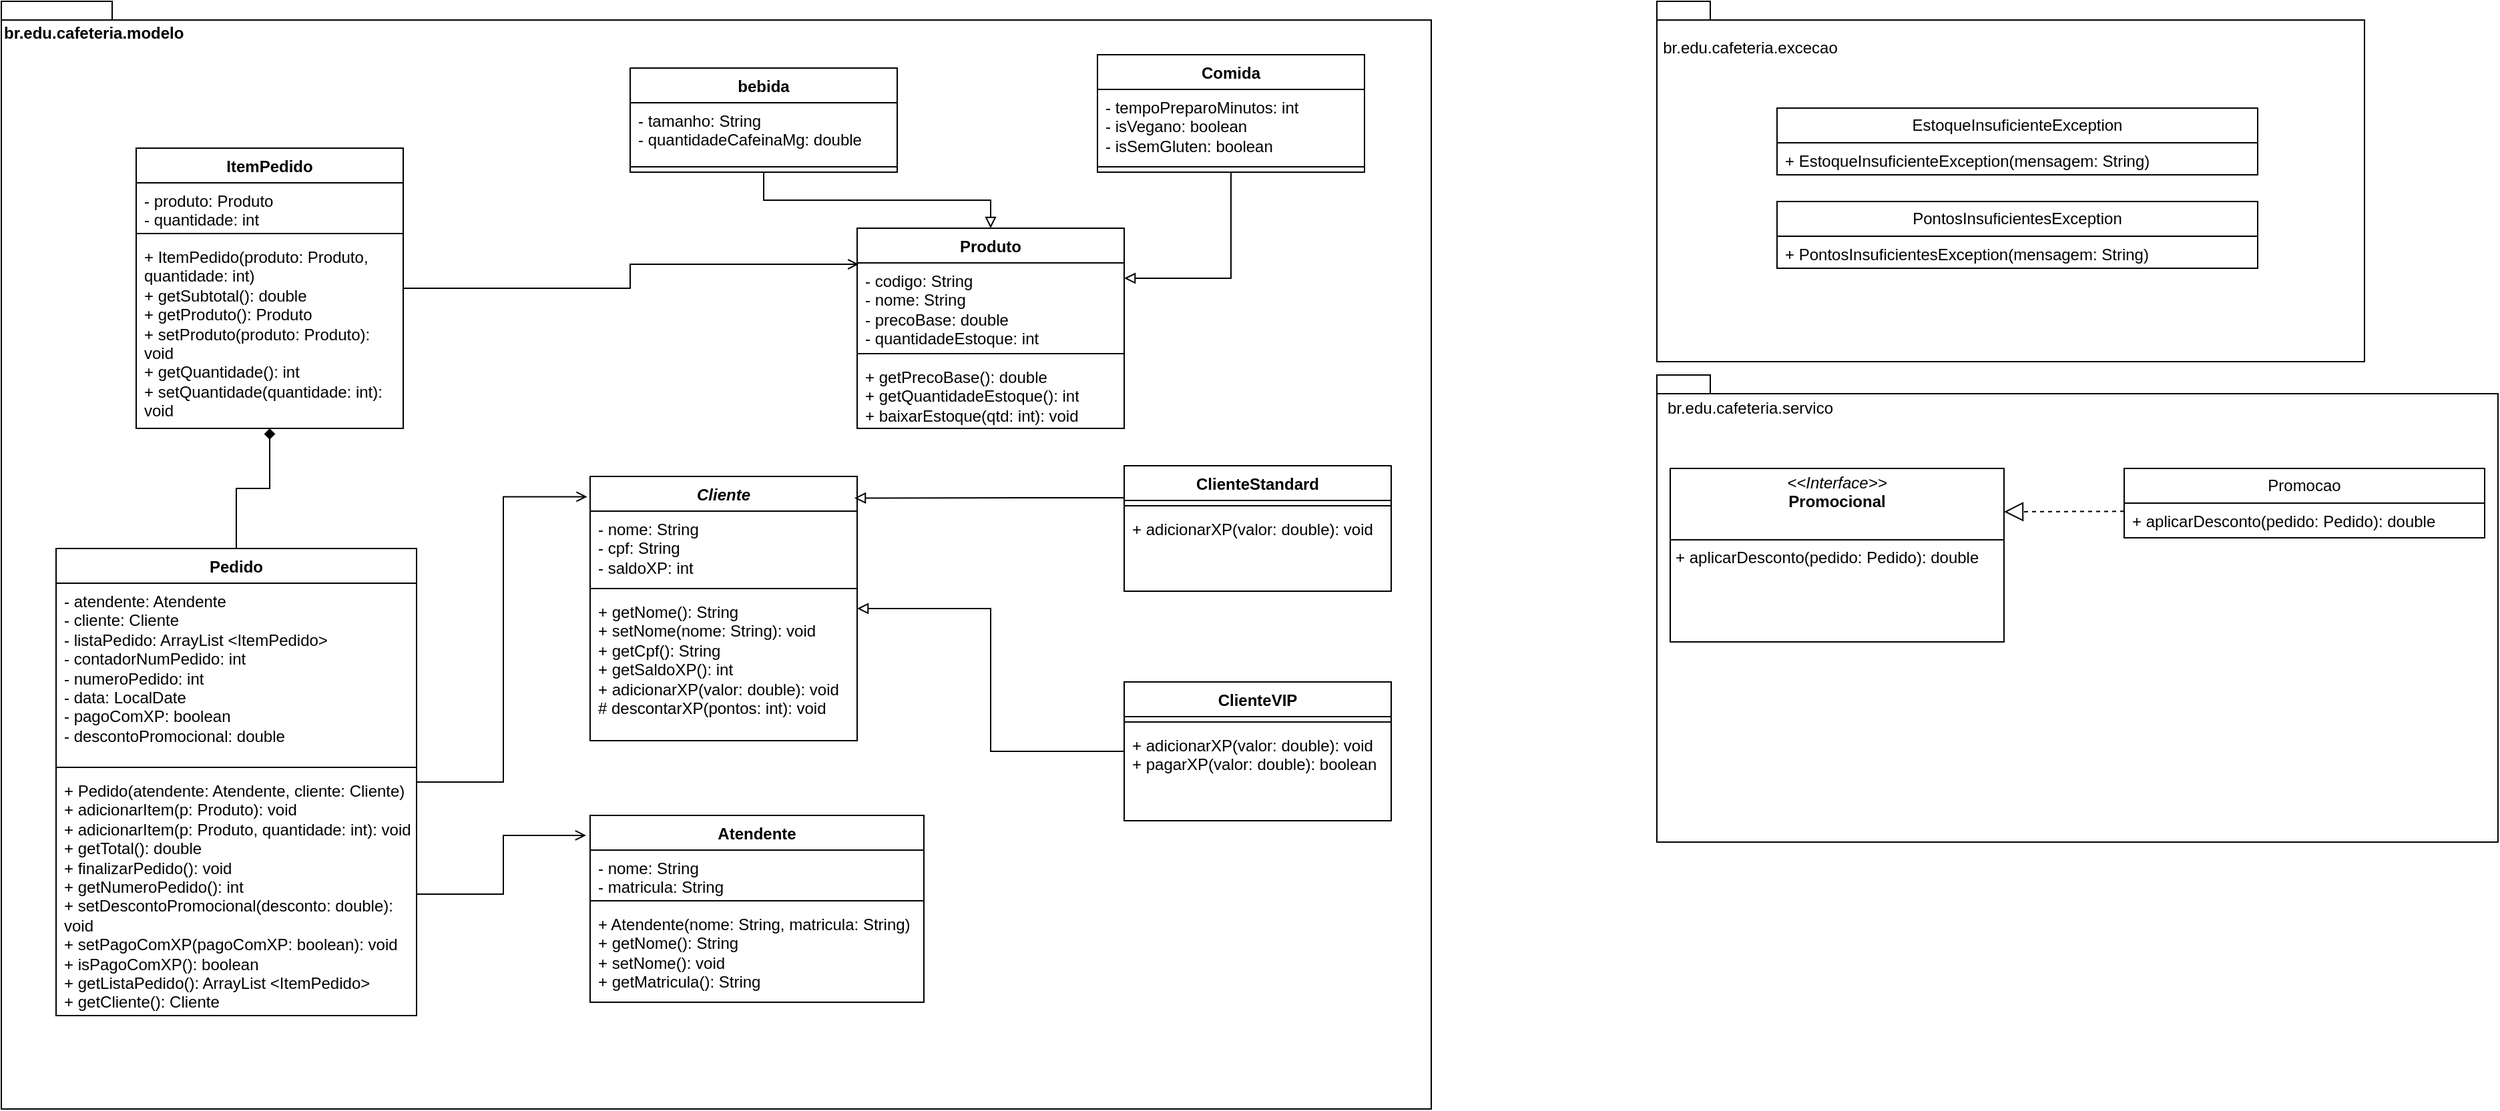
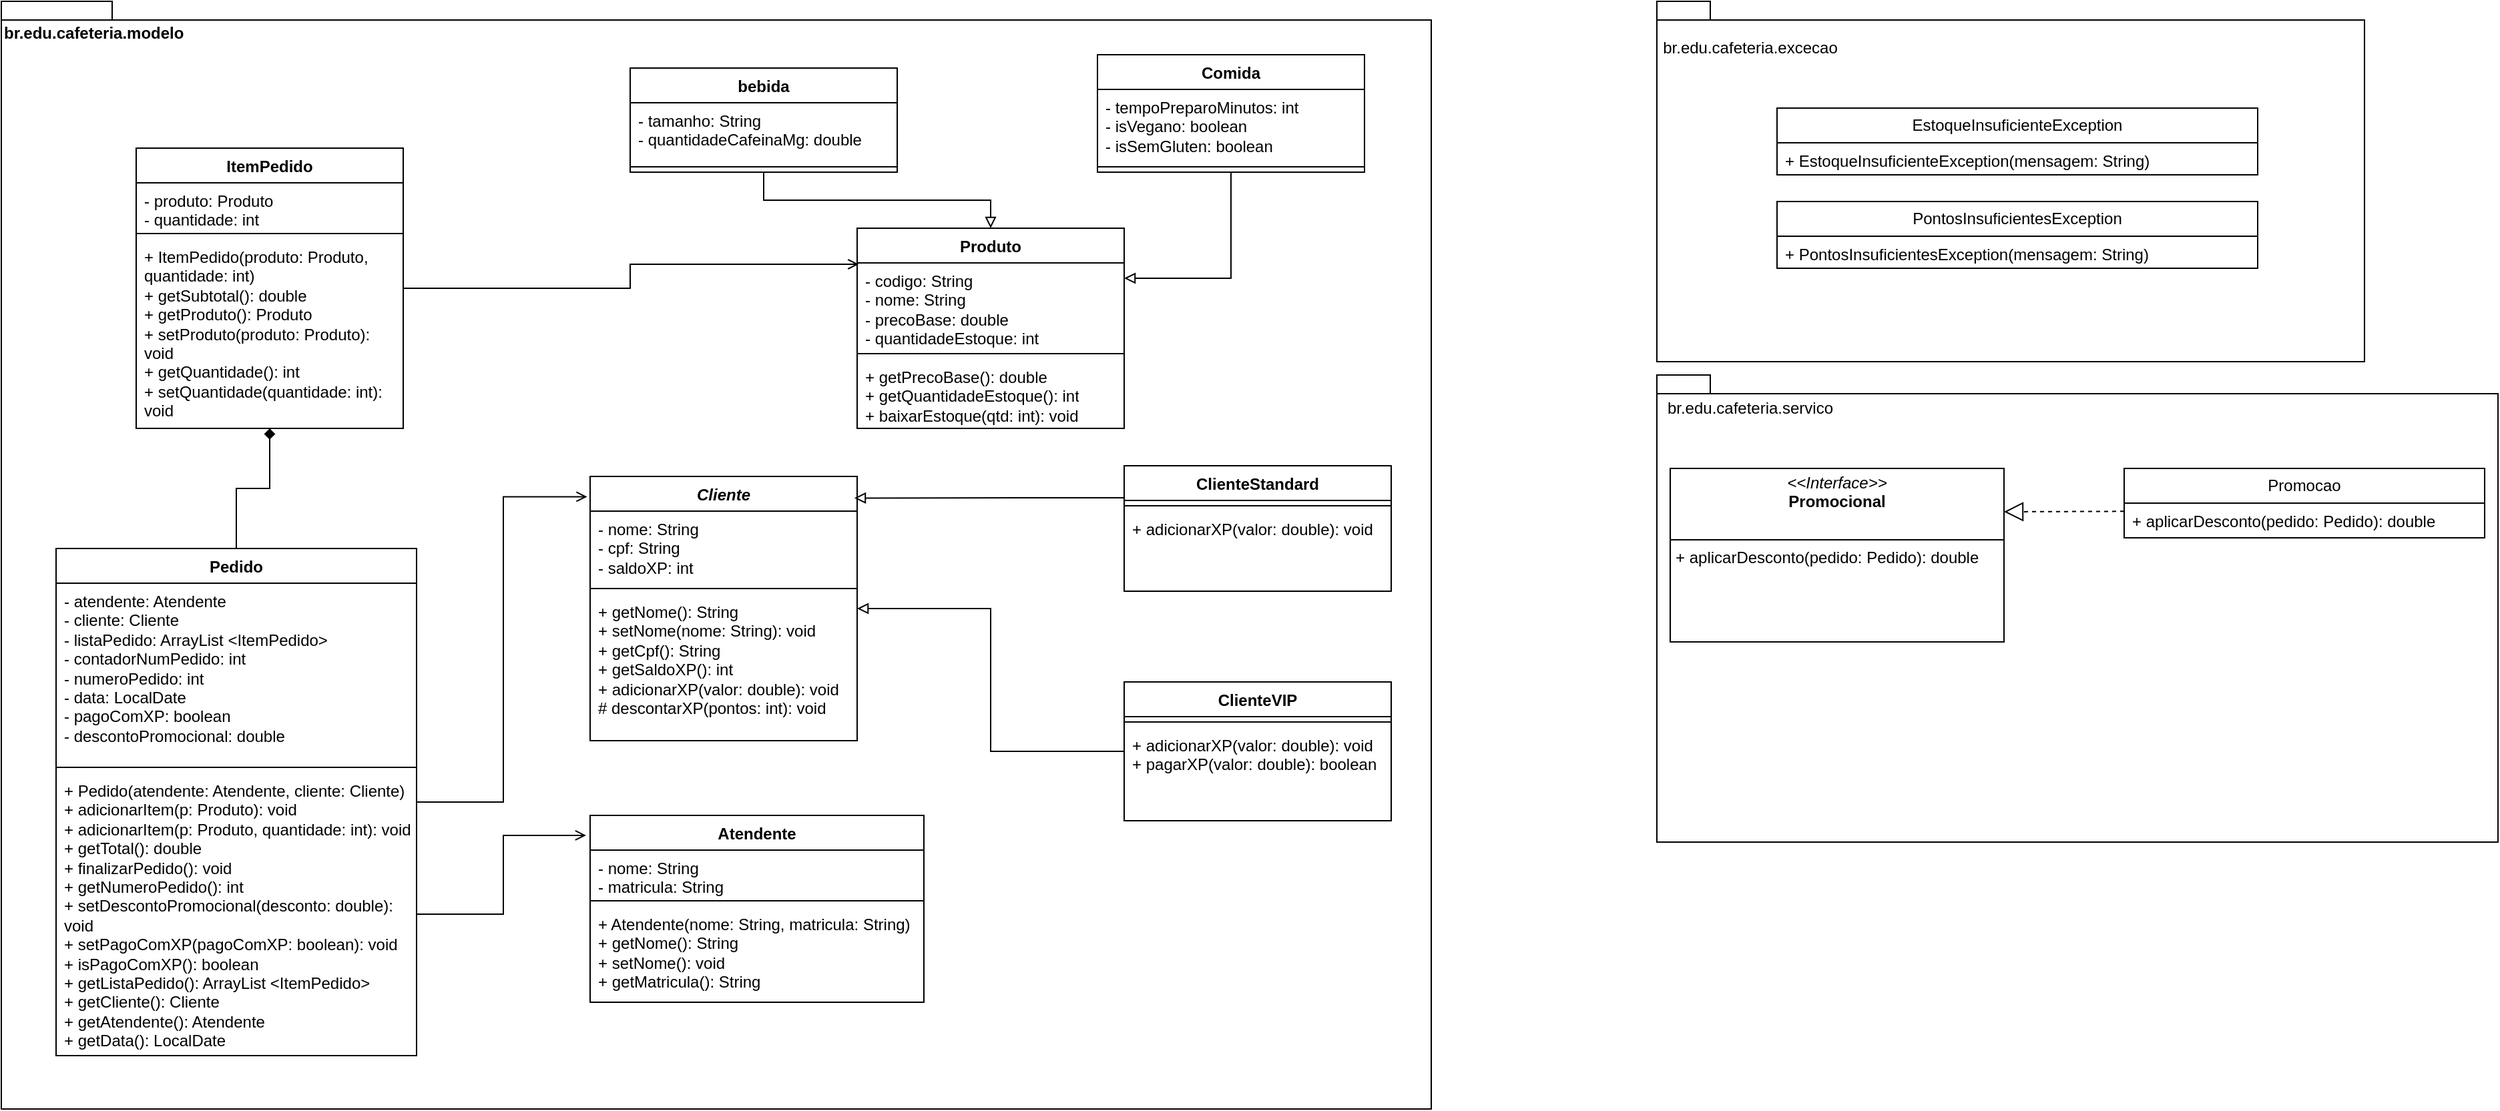
- <mxfile host="Electron">
+ <mxfile host="app.diagrams.net">
  <diagram name="Página-1" id="BHc6vVLz4dLHI-nkUbal">
-     <mxGraphModel dx="1717" dy="1043" grid="1" gridSize="10" guides="1" tooltips="1" connect="1" arrows="1" fold="1" page="1" pageScale="1" pageWidth="1169" pageHeight="827" math="0" shadow="0">
+     <mxGraphModel dx="748" dy="415" grid="1" gridSize="10" guides="1" tooltips="1" connect="1" arrows="1" fold="1" page="1" pageScale="1" pageWidth="1169" pageHeight="827" math="0" shadow="0">
      <root>
        <mxCell id="0" />
        <mxCell id="1" parent="0" />
        <mxCell id="lq2pnIobWHkgrGXndAng-22" parent="1" style="shape=folder;fontStyle=1;spacingTop=10;tabWidth=40;tabHeight=14;tabPosition=left;html=1;whiteSpace=wrap;" value="" vertex="1">
          <mxGeometry height="350" width="630" x="1280" y="310" as="geometry" />
        </mxCell>
        <mxCell id="lq2pnIobWHkgrGXndAng-11" parent="1" style="shape=folder;fontStyle=1;spacingTop=10;tabWidth=40;tabHeight=14;tabPosition=left;html=1;whiteSpace=wrap;" value="" vertex="1">
          <mxGeometry height="270" width="530" x="1280" y="30" as="geometry" />
        </mxCell>
        <mxCell id="-6p6wwXK9CyTQML4sC4Y-2" parent="1" style="shape=folder;fontStyle=1;spacingTop=10;tabWidth=40;tabHeight=14;tabPosition=left;html=1;whiteSpace=wrap;labelBackgroundColor=none;verticalAlign=top;align=left;" value="br.edu.cafeteria.modelo" vertex="1">
          <mxGeometry height="830" width="1071" x="40" y="30" as="geometry" />
        </mxCell>
        <mxCell id="-N7grIjUEaKasRwS3V5W-112" parent="1" style="swimlane;fontStyle=1;align=center;verticalAlign=top;childLayout=stackLayout;horizontal=1;startSize=26;horizontalStack=0;resizeParent=1;resizeParentMax=0;resizeLast=0;collapsible=1;marginBottom=0;whiteSpace=wrap;html=1;labelBackgroundColor=none;" value="&lt;i&gt;Cliente&lt;/i&gt;" vertex="1">
          <mxGeometry height="198" width="200" x="481" y="386" as="geometry" />
        </mxCell>
        <mxCell id="-N7grIjUEaKasRwS3V5W-113" parent="-N7grIjUEaKasRwS3V5W-112" style="text;strokeColor=none;fillColor=none;align=left;verticalAlign=top;spacingLeft=4;spacingRight=4;overflow=hidden;rotatable=0;points=[[0,0.5],[1,0.5]];portConstraint=eastwest;whiteSpace=wrap;html=1;labelBackgroundColor=none;" value="&lt;div&gt;- nome: String&lt;/div&gt;&lt;div&gt;- cpf: String&lt;/div&gt;&lt;div&gt;- saldoXP: int&lt;/div&gt;" vertex="1">
          <mxGeometry height="54" width="200" y="26" as="geometry" />
        </mxCell>
        <mxCell id="-N7grIjUEaKasRwS3V5W-114" parent="-N7grIjUEaKasRwS3V5W-112" style="line;strokeWidth=1;fillColor=none;align=left;verticalAlign=middle;spacingTop=-1;spacingLeft=3;spacingRight=3;rotatable=0;labelPosition=right;points=[];portConstraint=eastwest;labelBackgroundColor=none;" value="" vertex="1">
          <mxGeometry height="8" width="200" y="80" as="geometry" />
        </mxCell>
        <mxCell id="-N7grIjUEaKasRwS3V5W-115" parent="-N7grIjUEaKasRwS3V5W-112" style="text;strokeColor=none;fillColor=none;align=left;verticalAlign=top;spacingLeft=4;spacingRight=4;overflow=hidden;rotatable=0;points=[[0,0.5],[1,0.5]];portConstraint=eastwest;whiteSpace=wrap;html=1;labelBackgroundColor=none;" value="&lt;div&gt;+ getNome(): String&lt;/div&gt;&lt;div&gt;+ setNome(nome: String): void&lt;/div&gt;&lt;div&gt;+ getCpf(): String&lt;/div&gt;&lt;div&gt;+ getSaldoXP(): int&lt;/div&gt;&lt;div&gt;+ adicionarXP(valor: double): void&lt;/div&gt;&lt;div&gt;# descontarXP(pontos: int): void&lt;/div&gt;" vertex="1">
          <mxGeometry height="110" width="200" y="88" as="geometry" />
        </mxCell>
        <mxCell id="-N7grIjUEaKasRwS3V5W-117" parent="1" style="swimlane;fontStyle=1;align=center;verticalAlign=top;childLayout=stackLayout;horizontal=1;startSize=26;horizontalStack=0;resizeParent=1;resizeParentMax=0;resizeLast=0;collapsible=1;marginBottom=0;whiteSpace=wrap;html=1;labelBackgroundColor=none;" value="ClienteStandard" vertex="1">
          <mxGeometry height="94" width="200" x="881" y="378" as="geometry" />
        </mxCell>
        <mxCell id="-N7grIjUEaKasRwS3V5W-119" parent="-N7grIjUEaKasRwS3V5W-117" style="line;strokeWidth=1;fillColor=none;align=left;verticalAlign=middle;spacingTop=-1;spacingLeft=3;spacingRight=3;rotatable=0;labelPosition=right;points=[];portConstraint=eastwest;labelBackgroundColor=none;" value="" vertex="1">
          <mxGeometry height="8" width="200" y="26" as="geometry" />
        </mxCell>
        <mxCell id="-N7grIjUEaKasRwS3V5W-120" parent="-N7grIjUEaKasRwS3V5W-117" style="text;strokeColor=none;fillColor=none;align=left;verticalAlign=top;spacingLeft=4;spacingRight=4;overflow=hidden;rotatable=0;points=[[0,0.5],[1,0.5]];portConstraint=eastwest;whiteSpace=wrap;html=1;labelBackgroundColor=none;" value="+ adicionarXP(valor: double): void" vertex="1">
          <mxGeometry height="60" width="200" y="34" as="geometry" />
        </mxCell>
        <mxCell id="-N7grIjUEaKasRwS3V5W-121" parent="1" style="swimlane;fontStyle=1;align=center;verticalAlign=top;childLayout=stackLayout;horizontal=1;startSize=26;horizontalStack=0;resizeParent=1;resizeParentMax=0;resizeLast=0;collapsible=1;marginBottom=0;whiteSpace=wrap;html=1;labelBackgroundColor=none;" value="ItemPedido" vertex="1">
          <mxGeometry height="210" width="200" x="141" y="140" as="geometry" />
        </mxCell>
        <mxCell id="-N7grIjUEaKasRwS3V5W-122" parent="-N7grIjUEaKasRwS3V5W-121" style="text;strokeColor=none;fillColor=none;align=left;verticalAlign=top;spacingLeft=4;spacingRight=4;overflow=hidden;rotatable=0;points=[[0,0.5],[1,0.5]];portConstraint=eastwest;whiteSpace=wrap;html=1;labelBackgroundColor=none;" value="&lt;div&gt;- produto: Produto&lt;/div&gt;&lt;div&gt;- quantidade: int&lt;/div&gt;" vertex="1">
          <mxGeometry height="34" width="200" y="26" as="geometry" />
        </mxCell>
        <mxCell id="-N7grIjUEaKasRwS3V5W-123" parent="-N7grIjUEaKasRwS3V5W-121" style="line;strokeWidth=1;fillColor=none;align=left;verticalAlign=middle;spacingTop=-1;spacingLeft=3;spacingRight=3;rotatable=0;labelPosition=right;points=[];portConstraint=eastwest;labelBackgroundColor=none;" value="" vertex="1">
          <mxGeometry height="8" width="200" y="60" as="geometry" />
        </mxCell>
        <mxCell id="-N7grIjUEaKasRwS3V5W-124" parent="-N7grIjUEaKasRwS3V5W-121" style="text;strokeColor=none;fillColor=none;align=left;verticalAlign=top;spacingLeft=4;spacingRight=4;overflow=hidden;rotatable=0;points=[[0,0.5],[1,0.5]];portConstraint=eastwest;whiteSpace=wrap;html=1;labelBackgroundColor=none;" value="&lt;div&gt;+ ItemPedido(produto: Produto, quantidade: int)&lt;/div&gt;&lt;div&gt;+ getSubtotal(): double&lt;/div&gt;&lt;div&gt;+ getProduto(): Produto&lt;/div&gt;&lt;div&gt;+ setProduto(produto: Produto): void&lt;/div&gt;&lt;div&gt;+ getQuantidade(): int&lt;/div&gt;&lt;div&gt;+ setQuantidade(quantidade: int): void&lt;/div&gt;" vertex="1">
          <mxGeometry height="142" width="200" y="68" as="geometry" />
        </mxCell>
        <mxCell id="_GvanaEbI6E6WvVkPF4k-8" edge="1" parent="1" source="-N7grIjUEaKasRwS3V5W-125" style="edgeStyle=orthogonalEdgeStyle;rounded=0;orthogonalLoop=1;jettySize=auto;html=1;endArrow=diamond;endFill=1;" target="-N7grIjUEaKasRwS3V5W-121">
          <mxGeometry relative="1" as="geometry" />
        </mxCell>
        <mxCell id="-N7grIjUEaKasRwS3V5W-125" parent="1" style="swimlane;fontStyle=1;align=center;verticalAlign=top;childLayout=stackLayout;horizontal=1;startSize=26;horizontalStack=0;resizeParent=1;resizeParentMax=0;resizeLast=0;collapsible=1;marginBottom=0;whiteSpace=wrap;html=1;labelBackgroundColor=none;" value="Pedido" vertex="1">
-           <mxGeometry height="350" width="270" x="81" y="440" as="geometry" />
+           <mxGeometry height="380" width="270" x="81" y="440" as="geometry" />
        </mxCell>
        <mxCell id="-N7grIjUEaKasRwS3V5W-126" parent="-N7grIjUEaKasRwS3V5W-125" style="text;strokeColor=none;fillColor=none;align=left;verticalAlign=top;spacingLeft=4;spacingRight=4;overflow=hidden;rotatable=0;points=[[0,0.5],[1,0.5]];portConstraint=eastwest;whiteSpace=wrap;html=1;labelBackgroundColor=none;" value="&lt;div&gt;&lt;div&gt;- atendente: Atendente&lt;/div&gt;&lt;div&gt;- cliente: Cliente&lt;/div&gt;&lt;div&gt;- listaPedido: ArrayList &amp;lt;ItemPedido&amp;gt;&lt;/div&gt;&lt;div&gt;- contadorNumPedido: int&lt;/div&gt;&lt;div&gt;- numeroPedido: int&lt;/div&gt;&lt;div&gt;- data: LocalDate&lt;/div&gt;&lt;div&gt;- pagoComXP: boolean&lt;/div&gt;&lt;div&gt;- descontoPromocional: double&lt;/div&gt;&lt;/div&gt;" vertex="1">
          <mxGeometry height="134" width="270" y="26" as="geometry" />
        </mxCell>
        <mxCell id="-N7grIjUEaKasRwS3V5W-127" parent="-N7grIjUEaKasRwS3V5W-125" style="line;strokeWidth=1;fillColor=none;align=left;verticalAlign=middle;spacingTop=-1;spacingLeft=3;spacingRight=3;rotatable=0;labelPosition=right;points=[];portConstraint=eastwest;labelBackgroundColor=none;" value="" vertex="1">
          <mxGeometry height="8" width="270" y="160" as="geometry" />
        </mxCell>
-         <mxCell id="-N7grIjUEaKasRwS3V5W-128" parent="-N7grIjUEaKasRwS3V5W-125" style="text;strokeColor=none;fillColor=none;align=left;verticalAlign=top;spacingLeft=4;spacingRight=4;overflow=hidden;rotatable=0;points=[[0,0.5],[1,0.5]];portConstraint=eastwest;whiteSpace=wrap;html=1;labelBackgroundColor=none;" value="&lt;div&gt;+ Pedido(atendente: Atendente, cliente: Cliente)&lt;/div&gt;&lt;div&gt;+ adicionarItem(p: Produto): void&lt;/div&gt;&lt;div&gt;+ adicionarItem(p: Produto, quantidade: int): void&lt;/div&gt;&lt;div&gt;+ getTotal(): double&lt;/div&gt;&lt;div&gt;+ finalizarPedido(): void&lt;/div&gt;&lt;div&gt;+ getNumeroPedido(): int&lt;/div&gt;&lt;div&gt;+ setDescontoPromocional(desconto: double): void&lt;/div&gt;&lt;div&gt;+ setPagoComXP(pagoComXP: boolean): void&lt;/div&gt;&lt;div&gt;+ isPagoComXP(): boolean&lt;/div&gt;&lt;div&gt;+ getListaPedido(): ArrayList &amp;lt;ItemPedido&amp;gt;&lt;/div&gt;&lt;div&gt;+ getCliente(): Cliente&lt;/div&gt;" vertex="1">
-           <mxGeometry height="182" width="270" y="168" as="geometry" />
+         <mxCell id="-N7grIjUEaKasRwS3V5W-128" parent="-N7grIjUEaKasRwS3V5W-125" style="text;strokeColor=none;fillColor=none;align=left;verticalAlign=top;spacingLeft=4;spacingRight=4;overflow=hidden;rotatable=0;points=[[0,0.5],[1,0.5]];portConstraint=eastwest;whiteSpace=wrap;html=1;labelBackgroundColor=none;" value="&lt;div&gt;+ Pedido(atendente: Atendente, cliente: Cliente)&lt;/div&gt;&lt;div&gt;+ adicionarItem(p: Produto): void&lt;/div&gt;&lt;div&gt;+ adicionarItem(p: Produto, quantidade: int): void&lt;/div&gt;&lt;div&gt;+ getTotal(): double&lt;/div&gt;&lt;div&gt;+ finalizarPedido(): void&lt;/div&gt;&lt;div&gt;+ getNumeroPedido(): int&lt;/div&gt;&lt;div&gt;+ setDescontoPromocional(desconto: double): void&lt;/div&gt;&lt;div&gt;+ setPagoComXP(pagoComXP: boolean): void&lt;/div&gt;&lt;div&gt;+ isPagoComXP(): boolean&lt;/div&gt;&lt;div&gt;+ getListaPedido(): ArrayList &amp;lt;ItemPedido&amp;gt;&lt;/div&gt;&lt;div&gt;+ getCliente(): Cliente&lt;br&gt;+ getAtendente(): Atendente&lt;/div&gt;&lt;div&gt;+ getData(): LocalDate&lt;/div&gt;" vertex="1">
+           <mxGeometry height="212" width="270" y="168" as="geometry" />
        </mxCell>
        <mxCell id="_GvanaEbI6E6WvVkPF4k-16" edge="1" parent="1" source="-N7grIjUEaKasRwS3V5W-129" style="edgeStyle=orthogonalEdgeStyle;rounded=0;orthogonalLoop=1;jettySize=auto;html=1;endArrow=block;endFill=0;" target="-N7grIjUEaKasRwS3V5W-133">
          <mxGeometry relative="1" as="geometry" />
        </mxCell>
        <mxCell id="-N7grIjUEaKasRwS3V5W-129" parent="1" style="swimlane;fontStyle=1;align=center;verticalAlign=top;childLayout=stackLayout;horizontal=1;startSize=26;horizontalStack=0;resizeParent=1;resizeParentMax=0;resizeLast=0;collapsible=1;marginBottom=0;whiteSpace=wrap;html=1;labelBackgroundColor=none;" value="bebida" vertex="1">
          <mxGeometry height="78" width="200" x="511" y="80" as="geometry" />
        </mxCell>
        <mxCell id="-N7grIjUEaKasRwS3V5W-130" parent="-N7grIjUEaKasRwS3V5W-129" style="text;strokeColor=none;fillColor=none;align=left;verticalAlign=top;spacingLeft=4;spacingRight=4;overflow=hidden;rotatable=0;points=[[0,0.5],[1,0.5]];portConstraint=eastwest;whiteSpace=wrap;html=1;labelBackgroundColor=none;" value="&lt;div&gt;- tamanho: String&amp;nbsp;&lt;/div&gt;&lt;div&gt;- quantidadeCafeinaMg: double&amp;nbsp;&lt;/div&gt;" vertex="1">
          <mxGeometry height="44" width="200" y="26" as="geometry" />
        </mxCell>
        <mxCell id="-N7grIjUEaKasRwS3V5W-131" parent="-N7grIjUEaKasRwS3V5W-129" style="line;strokeWidth=1;fillColor=none;align=left;verticalAlign=middle;spacingTop=-1;spacingLeft=3;spacingRight=3;rotatable=0;labelPosition=right;points=[];portConstraint=eastwest;labelBackgroundColor=none;" value="" vertex="1">
          <mxGeometry height="8" width="200" y="70" as="geometry" />
        </mxCell>
        <mxCell id="-N7grIjUEaKasRwS3V5W-133" parent="1" style="swimlane;fontStyle=1;align=center;verticalAlign=top;childLayout=stackLayout;horizontal=1;startSize=26;horizontalStack=0;resizeParent=1;resizeParentMax=0;resizeLast=0;collapsible=1;marginBottom=0;whiteSpace=wrap;html=1;labelBackgroundColor=none;" value="Produto" vertex="1">
          <mxGeometry height="150" width="200" x="681" y="200" as="geometry" />
        </mxCell>
        <mxCell id="-N7grIjUEaKasRwS3V5W-134" parent="-N7grIjUEaKasRwS3V5W-133" style="text;strokeColor=none;fillColor=none;align=left;verticalAlign=top;spacingLeft=4;spacingRight=4;overflow=hidden;rotatable=0;points=[[0,0.5],[1,0.5]];portConstraint=eastwest;whiteSpace=wrap;html=1;labelBackgroundColor=none;" value="&lt;div&gt;- codigo: String&lt;/div&gt;&lt;div&gt;- nome: String&lt;/div&gt;&lt;div&gt;- precoBase: double&lt;/div&gt;&lt;div&gt;- quantidadeEstoque: int&lt;/div&gt;" vertex="1">
          <mxGeometry height="64" width="200" y="26" as="geometry" />
        </mxCell>
        <mxCell id="-N7grIjUEaKasRwS3V5W-135" parent="-N7grIjUEaKasRwS3V5W-133" style="line;strokeWidth=1;fillColor=none;align=left;verticalAlign=middle;spacingTop=-1;spacingLeft=3;spacingRight=3;rotatable=0;labelPosition=right;points=[];portConstraint=eastwest;labelBackgroundColor=none;" value="" vertex="1">
          <mxGeometry height="8" width="200" y="90" as="geometry" />
        </mxCell>
        <mxCell id="-N7grIjUEaKasRwS3V5W-136" parent="-N7grIjUEaKasRwS3V5W-133" style="text;strokeColor=none;fillColor=none;align=left;verticalAlign=top;spacingLeft=4;spacingRight=4;overflow=hidden;rotatable=0;points=[[0,0.5],[1,0.5]];portConstraint=eastwest;whiteSpace=wrap;html=1;labelBackgroundColor=none;" value="&lt;div&gt;+ getPrecoBase(): double&lt;/div&gt;&lt;div&gt;+ getQuantidadeEstoque(): int&lt;/div&gt;&lt;div&gt;+ baixarEstoque(qtd: int): void&lt;/div&gt;" vertex="1">
          <mxGeometry height="52" width="200" y="98" as="geometry" />
        </mxCell>
        <mxCell id="-N7grIjUEaKasRwS3V5W-137" parent="1" style="swimlane;fontStyle=1;align=center;verticalAlign=top;childLayout=stackLayout;horizontal=1;startSize=26;horizontalStack=0;resizeParent=1;resizeParentMax=0;resizeLast=0;collapsible=1;marginBottom=0;whiteSpace=wrap;html=1;labelBackgroundColor=none;" value="Comida" vertex="1">
          <mxGeometry height="88" width="200" x="861" y="70" as="geometry" />
        </mxCell>
        <mxCell id="-N7grIjUEaKasRwS3V5W-138" parent="-N7grIjUEaKasRwS3V5W-137" style="text;strokeColor=none;fillColor=none;align=left;verticalAlign=top;spacingLeft=4;spacingRight=4;overflow=hidden;rotatable=0;points=[[0,0.5],[1,0.5]];portConstraint=eastwest;whiteSpace=wrap;html=1;labelBackgroundColor=none;" value="&lt;div&gt;- tempoPreparoMinutos: int&amp;nbsp;&lt;/div&gt;&lt;div&gt;- isVegano: boolean&lt;/div&gt;&lt;div&gt;- isSemGluten: boolean&lt;/div&gt;" vertex="1">
          <mxGeometry height="54" width="200" y="26" as="geometry" />
        </mxCell>
        <mxCell id="-N7grIjUEaKasRwS3V5W-139" parent="-N7grIjUEaKasRwS3V5W-137" style="line;strokeWidth=1;fillColor=none;align=left;verticalAlign=middle;spacingTop=-1;spacingLeft=3;spacingRight=3;rotatable=0;labelPosition=right;points=[];portConstraint=eastwest;labelBackgroundColor=none;" value="" vertex="1">
          <mxGeometry height="8" width="200" y="80" as="geometry" />
        </mxCell>
        <mxCell id="_GvanaEbI6E6WvVkPF4k-10" edge="1" parent="1" source="-N7grIjUEaKasRwS3V5W-141" style="edgeStyle=orthogonalEdgeStyle;rounded=0;orthogonalLoop=1;jettySize=auto;html=1;endArrow=block;endFill=0;" target="-N7grIjUEaKasRwS3V5W-112">
          <mxGeometry relative="1" as="geometry" />
        </mxCell>
        <mxCell id="-N7grIjUEaKasRwS3V5W-141" parent="1" style="swimlane;fontStyle=1;align=center;verticalAlign=top;childLayout=stackLayout;horizontal=1;startSize=26;horizontalStack=0;resizeParent=1;resizeParentMax=0;resizeLast=0;collapsible=1;marginBottom=0;whiteSpace=wrap;html=1;labelBackgroundColor=none;" value="ClienteVIP" vertex="1">
          <mxGeometry height="104" width="200" x="881" y="540" as="geometry" />
        </mxCell>
        <mxCell id="-N7grIjUEaKasRwS3V5W-143" parent="-N7grIjUEaKasRwS3V5W-141" style="line;strokeWidth=1;fillColor=none;align=left;verticalAlign=middle;spacingTop=-1;spacingLeft=3;spacingRight=3;rotatable=0;labelPosition=right;points=[];portConstraint=eastwest;labelBackgroundColor=none;" value="" vertex="1">
          <mxGeometry height="8" width="200" y="26" as="geometry" />
        </mxCell>
        <mxCell id="-N7grIjUEaKasRwS3V5W-144" parent="-N7grIjUEaKasRwS3V5W-141" style="text;strokeColor=none;fillColor=none;align=left;verticalAlign=top;spacingLeft=4;spacingRight=4;overflow=hidden;rotatable=0;points=[[0,0.5],[1,0.5]];portConstraint=eastwest;whiteSpace=wrap;html=1;labelBackgroundColor=none;" value="&lt;div&gt;+ adicionarXP(valor: double): void&lt;/div&gt;&lt;div&gt;+ pagarXP(valor: double): boolean&lt;/div&gt;" vertex="1">
          <mxGeometry height="70" width="200" y="34" as="geometry" />
        </mxCell>
        <mxCell id="_GvanaEbI6E6WvVkPF4k-9" edge="1" parent="1" source="-N7grIjUEaKasRwS3V5W-117" style="edgeStyle=orthogonalEdgeStyle;rounded=0;orthogonalLoop=1;jettySize=auto;html=1;entryX=0.99;entryY=0.082;entryDx=0;entryDy=0;entryPerimeter=0;endArrow=block;endFill=0;" target="-N7grIjUEaKasRwS3V5W-112">
          <mxGeometry relative="1" as="geometry">
            <Array as="points">
              <mxPoint x="831" y="402" />
              <mxPoint x="831" y="402" />
            </Array>
          </mxGeometry>
        </mxCell>
        <mxCell id="_GvanaEbI6E6WvVkPF4k-14" edge="1" parent="1" source="-N7grIjUEaKasRwS3V5W-125" style="edgeStyle=orthogonalEdgeStyle;rounded=0;orthogonalLoop=1;jettySize=auto;html=1;entryX=-0.011;entryY=0.077;entryDx=0;entryDy=0;entryPerimeter=0;endArrow=open;endFill=0;" target="-N7grIjUEaKasRwS3V5W-112">
          <mxGeometry relative="1" as="geometry" />
        </mxCell>
        <mxCell id="_GvanaEbI6E6WvVkPF4k-15" edge="1" parent="1" source="-N7grIjUEaKasRwS3V5W-121" style="edgeStyle=orthogonalEdgeStyle;rounded=0;orthogonalLoop=1;jettySize=auto;html=1;entryX=0.006;entryY=0.18;entryDx=0;entryDy=0;entryPerimeter=0;endArrow=open;endFill=0;" target="-N7grIjUEaKasRwS3V5W-133">
          <mxGeometry relative="1" as="geometry" />
        </mxCell>
        <mxCell id="_GvanaEbI6E6WvVkPF4k-17" edge="1" parent="1" source="-N7grIjUEaKasRwS3V5W-137" style="edgeStyle=orthogonalEdgeStyle;rounded=0;orthogonalLoop=1;jettySize=auto;html=1;entryX=1;entryY=0.25;entryDx=0;entryDy=0;endArrow=block;endFill=0;" target="-N7grIjUEaKasRwS3V5W-133">
          <mxGeometry relative="1" as="geometry" />
        </mxCell>
        <mxCell id="8vz2l3fiaIzdnmy5kUQS-1" parent="1" style="swimlane;fontStyle=1;align=center;verticalAlign=top;childLayout=stackLayout;horizontal=1;startSize=26;horizontalStack=0;resizeParent=1;resizeParentMax=0;resizeLast=0;collapsible=1;marginBottom=0;whiteSpace=wrap;html=1;" value="Atendente" vertex="1">
          <mxGeometry height="140" width="250" x="481" y="640" as="geometry" />
        </mxCell>
        <mxCell id="8vz2l3fiaIzdnmy5kUQS-2" parent="8vz2l3fiaIzdnmy5kUQS-1" style="text;strokeColor=none;fillColor=none;align=left;verticalAlign=top;spacingLeft=4;spacingRight=4;overflow=hidden;rotatable=0;points=[[0,0.5],[1,0.5]];portConstraint=eastwest;whiteSpace=wrap;html=1;" value="- nome: String&lt;div&gt;- matricula: String&lt;/div&gt;" vertex="1">
          <mxGeometry height="34" width="250" y="26" as="geometry" />
        </mxCell>
        <mxCell id="8vz2l3fiaIzdnmy5kUQS-3" parent="8vz2l3fiaIzdnmy5kUQS-1" style="line;strokeWidth=1;fillColor=none;align=left;verticalAlign=middle;spacingTop=-1;spacingLeft=3;spacingRight=3;rotatable=0;labelPosition=right;points=[];portConstraint=eastwest;strokeColor=inherit;" value="" vertex="1">
          <mxGeometry height="8" width="250" y="60" as="geometry" />
        </mxCell>
        <mxCell id="8vz2l3fiaIzdnmy5kUQS-4" parent="8vz2l3fiaIzdnmy5kUQS-1" style="text;strokeColor=none;fillColor=none;align=left;verticalAlign=top;spacingLeft=4;spacingRight=4;overflow=hidden;rotatable=0;points=[[0,0.5],[1,0.5]];portConstraint=eastwest;whiteSpace=wrap;html=1;" value="+ Atendente(nome: String, matricula: String)&lt;div&gt;+ getNome(): String&lt;/div&gt;&lt;div&gt;+ setNome(): void&lt;/div&gt;&lt;div&gt;+ getMatricula(): String&lt;/div&gt;" vertex="1">
          <mxGeometry height="72" width="250" y="68" as="geometry" />
        </mxCell>
        <mxCell id="ZRvfvujZDRmc2Sk8t5Or-1" edge="1" parent="1" source="-N7grIjUEaKasRwS3V5W-128" style="edgeStyle=orthogonalEdgeStyle;rounded=0;orthogonalLoop=1;jettySize=auto;html=1;exitX=1;exitY=0.5;exitDx=0;exitDy=0;entryX=-0.012;entryY=0.107;entryDx=0;entryDy=0;entryPerimeter=0;endArrow=open;endFill=0;" target="8vz2l3fiaIzdnmy5kUQS-1">
          <mxGeometry relative="1" as="geometry" />
        </mxCell>
        <mxCell id="lq2pnIobWHkgrGXndAng-2" parent="1" style="text;html=1;whiteSpace=wrap;strokeColor=none;fillColor=none;align=center;verticalAlign=middle;rounded=0;movable=1;resizable=1;rotatable=1;deletable=1;editable=1;locked=0;connectable=1;" value="br.edu.cafeteria.excecao" vertex="1">
          <mxGeometry height="30" width="340" x="1180" y="50" as="geometry" />
        </mxCell>
        <mxCell id="lq2pnIobWHkgrGXndAng-3" parent="1" style="swimlane;fontStyle=0;childLayout=stackLayout;horizontal=1;startSize=26;fillColor=none;horizontalStack=0;resizeParent=1;resizeParentMax=0;resizeLast=0;collapsible=1;marginBottom=0;whiteSpace=wrap;html=1;" value="EstoqueInsuficienteException" vertex="1">
          <mxGeometry height="50" width="360" x="1370" y="110" as="geometry" />
        </mxCell>
        <mxCell id="lq2pnIobWHkgrGXndAng-4" parent="lq2pnIobWHkgrGXndAng-3" style="text;strokeColor=none;fillColor=none;align=left;verticalAlign=top;spacingLeft=4;spacingRight=4;overflow=hidden;rotatable=0;points=[[0,0.5],[1,0.5]];portConstraint=eastwest;whiteSpace=wrap;html=1;" value="+ EstoqueInsuficienteException(mensagem: String)&lt;div&gt;&lt;br&gt;&lt;/div&gt;" vertex="1">
          <mxGeometry height="24" width="360" y="26" as="geometry" />
        </mxCell>
        <mxCell id="lq2pnIobWHkgrGXndAng-7" parent="1" style="swimlane;fontStyle=0;childLayout=stackLayout;horizontal=1;startSize=26;fillColor=none;horizontalStack=0;resizeParent=1;resizeParentMax=0;resizeLast=0;collapsible=1;marginBottom=0;whiteSpace=wrap;html=1;" value="PontosInsuficientesException" vertex="1">
          <mxGeometry height="50" width="360" x="1370" y="180" as="geometry" />
        </mxCell>
        <mxCell id="lq2pnIobWHkgrGXndAng-8" parent="lq2pnIobWHkgrGXndAng-7" style="text;strokeColor=none;fillColor=none;align=left;verticalAlign=top;spacingLeft=4;spacingRight=4;overflow=hidden;rotatable=0;points=[[0,0.5],[1,0.5]];portConstraint=eastwest;whiteSpace=wrap;html=1;" value="+ PontosInsuficientesException(mensagem: String)" vertex="1">
          <mxGeometry height="24" width="360" y="26" as="geometry" />
        </mxCell>
        <mxCell id="lq2pnIobWHkgrGXndAng-12" parent="1" style="verticalAlign=top;align=left;overflow=fill;html=1;whiteSpace=wrap;" value="&lt;p style=&quot;margin:0px;margin-top:4px;text-align:center;&quot;&gt;&lt;i&gt;&amp;lt;&amp;lt;Interface&amp;gt;&amp;gt;&lt;/i&gt;&lt;br&gt;&lt;b&gt;Promocional&lt;/b&gt;&lt;/p&gt;&lt;p style=&quot;margin:0px;margin-left:4px;&quot;&gt;&lt;br&gt;&lt;/p&gt;&lt;hr size=&quot;1&quot; style=&quot;border-style:solid;&quot;&gt;&lt;p style=&quot;margin:0px;margin-left:4px;&quot;&gt;+ aplicarDesconto(pedido: Pedido): double&lt;br&gt;&lt;/p&gt;" vertex="1">
          <mxGeometry height="130" width="250" x="1290" y="380" as="geometry" />
        </mxCell>
        <mxCell id="lq2pnIobWHkgrGXndAng-13" parent="1" style="swimlane;fontStyle=0;childLayout=stackLayout;horizontal=1;startSize=26;fillColor=none;horizontalStack=0;resizeParent=1;resizeParentMax=0;resizeLast=0;collapsible=1;marginBottom=0;whiteSpace=wrap;html=1;" value="Promocao" vertex="1">
          <mxGeometry height="52" width="270" x="1630" y="380" as="geometry" />
        </mxCell>
        <mxCell id="lq2pnIobWHkgrGXndAng-14" parent="lq2pnIobWHkgrGXndAng-13" style="text;strokeColor=none;fillColor=none;align=left;verticalAlign=top;spacingLeft=4;spacingRight=4;overflow=hidden;rotatable=0;points=[[0,0.5],[1,0.5]];portConstraint=eastwest;whiteSpace=wrap;html=1;" value="+ aplicarDesconto(pedido: Pedido): double" vertex="1">
          <mxGeometry height="26" width="270" y="26" as="geometry" />
        </mxCell>
        <mxCell id="lq2pnIobWHkgrGXndAng-19" edge="1" parent="1" source="lq2pnIobWHkgrGXndAng-14" style="endArrow=block;dashed=1;endFill=0;endSize=12;html=1;rounded=0;entryX=1;entryY=0.25;entryDx=0;entryDy=0;exitX=0;exitY=0.237;exitDx=0;exitDy=0;exitPerimeter=0;" target="lq2pnIobWHkgrGXndAng-12" value="">
          <mxGeometry relative="1" width="160" as="geometry">
            <mxPoint x="1620" y="405.34" as="sourcePoint" />
            <mxPoint x="1550" y="405.17" as="targetPoint" />
          </mxGeometry>
        </mxCell>
        <mxCell id="lq2pnIobWHkgrGXndAng-23" parent="1" style="text;html=1;whiteSpace=wrap;strokeColor=none;fillColor=none;align=center;verticalAlign=middle;rounded=0;" value="br.edu.cafeteria.servico" vertex="1">
          <mxGeometry height="30" width="170" x="1265" y="320" as="geometry" />
        </mxCell>
      </root>
    </mxGraphModel>
  </diagram>
</mxfile>
